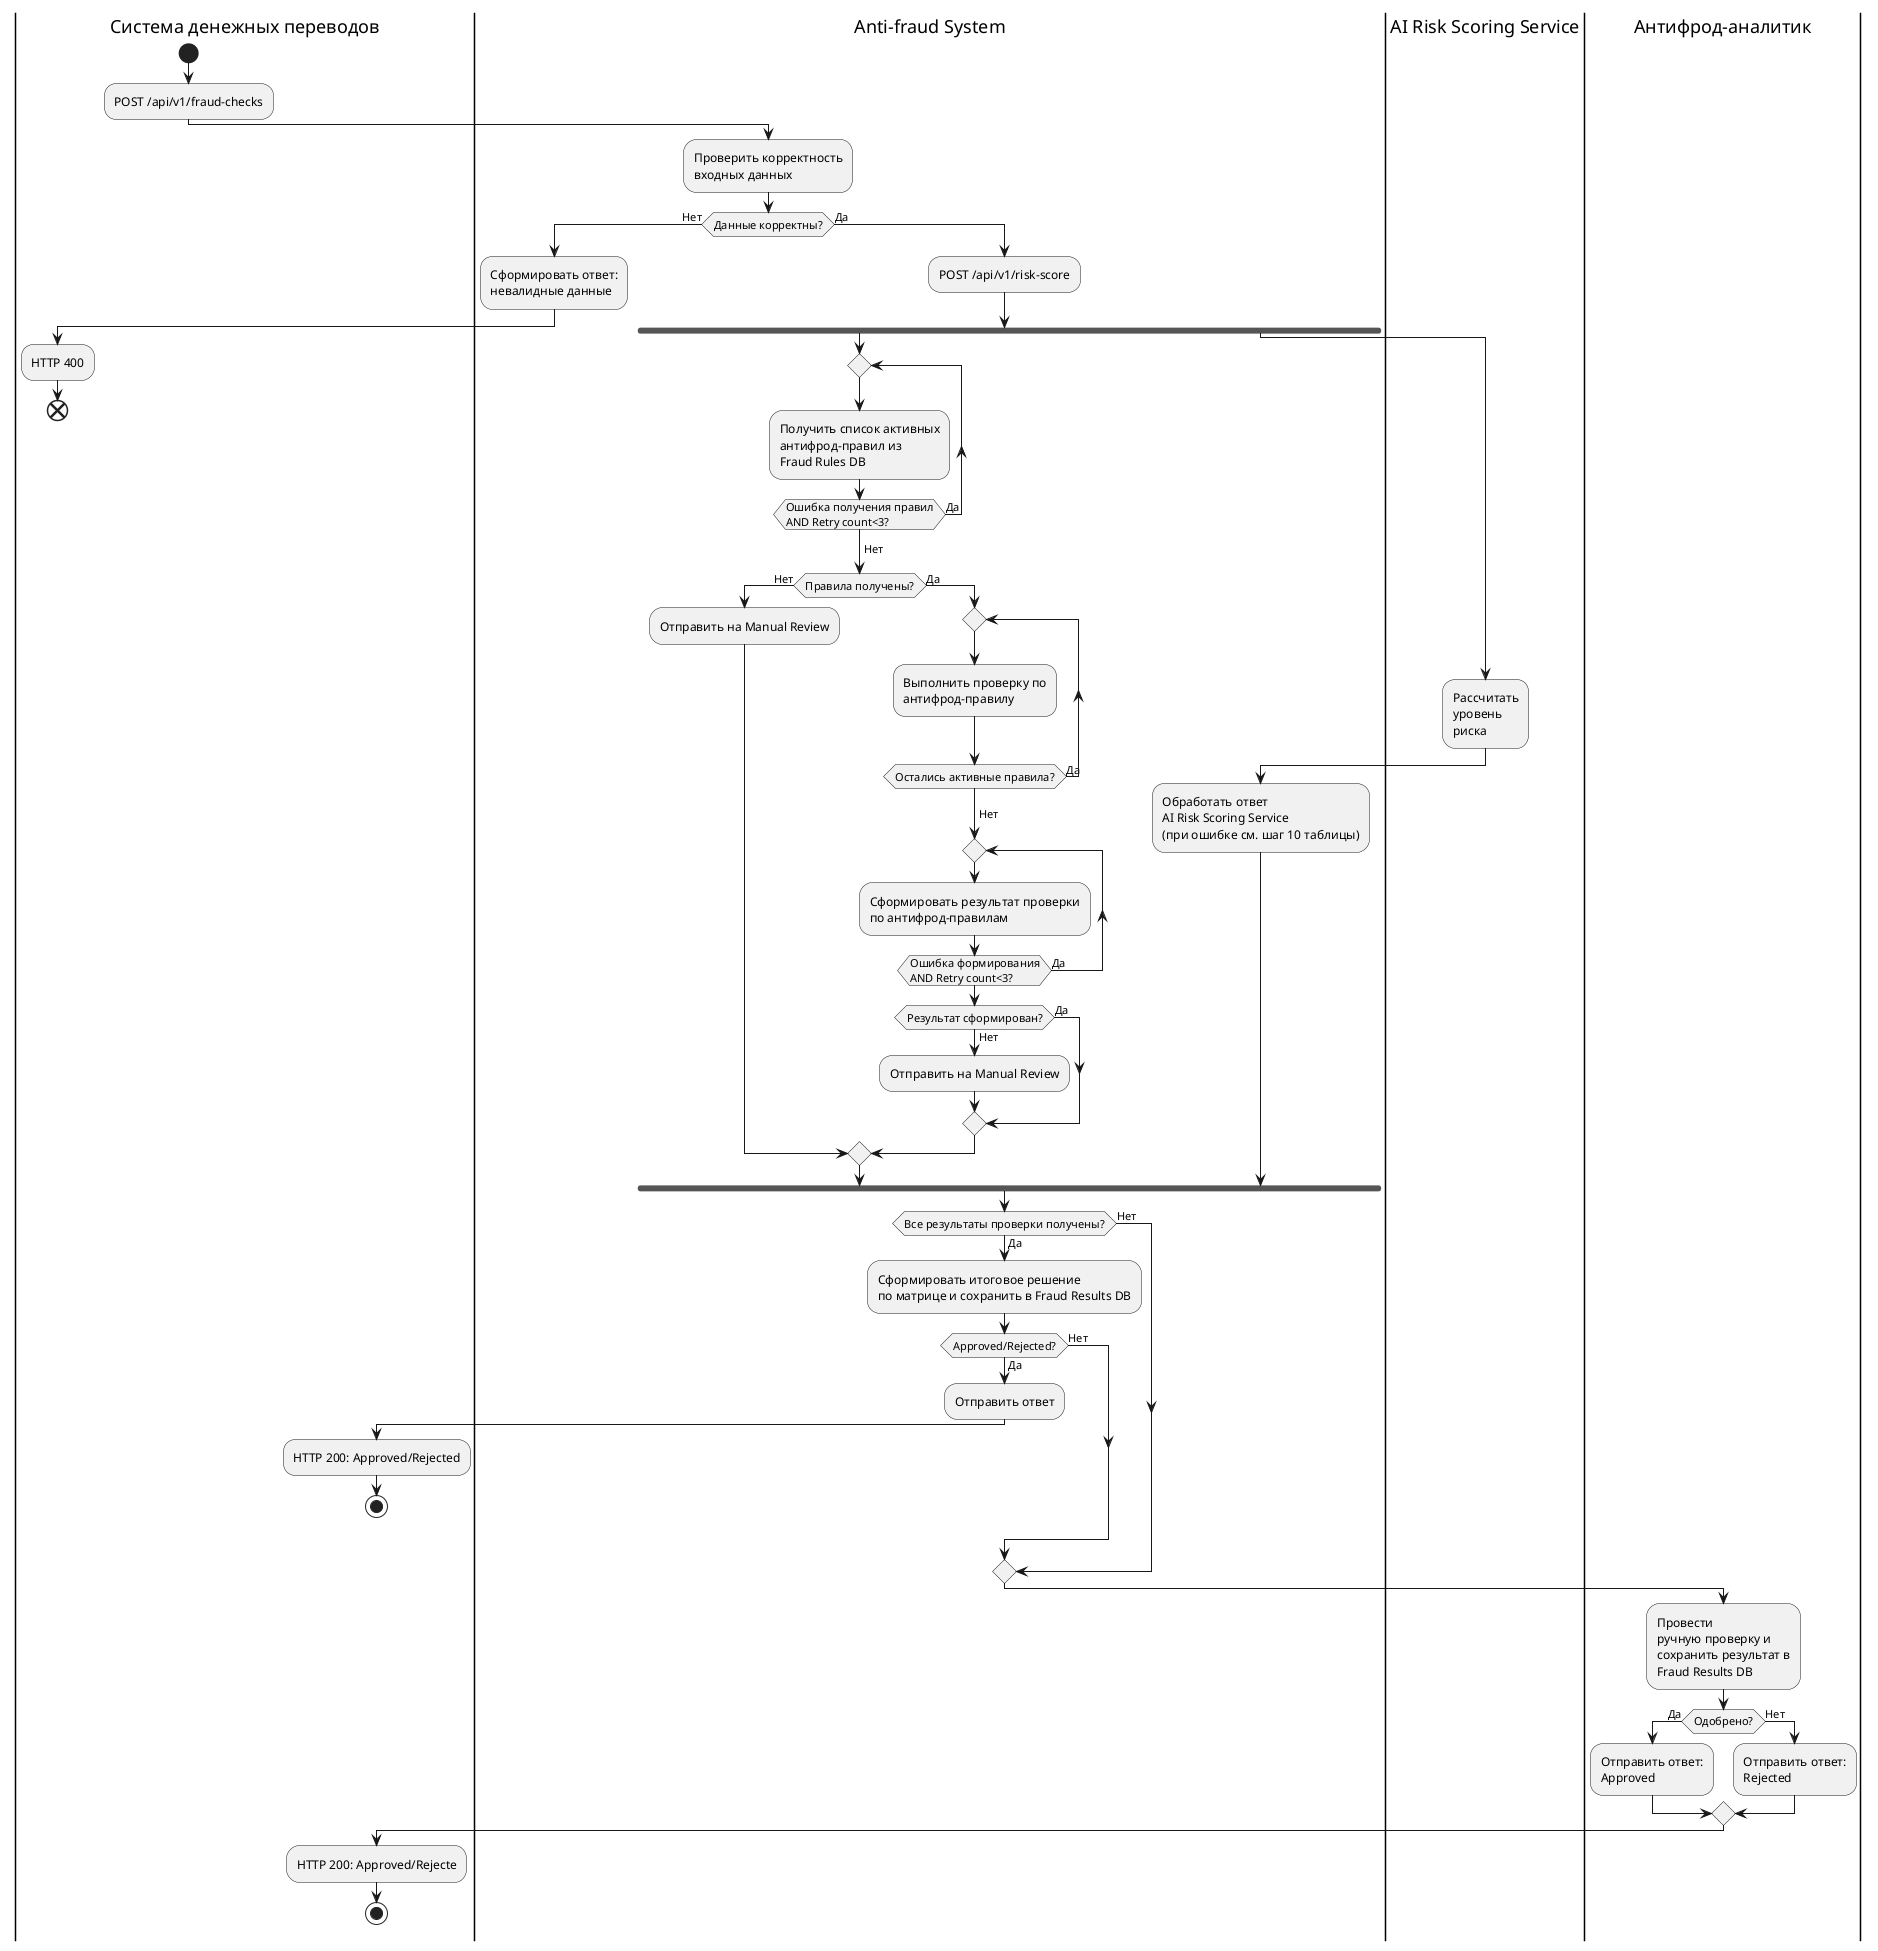
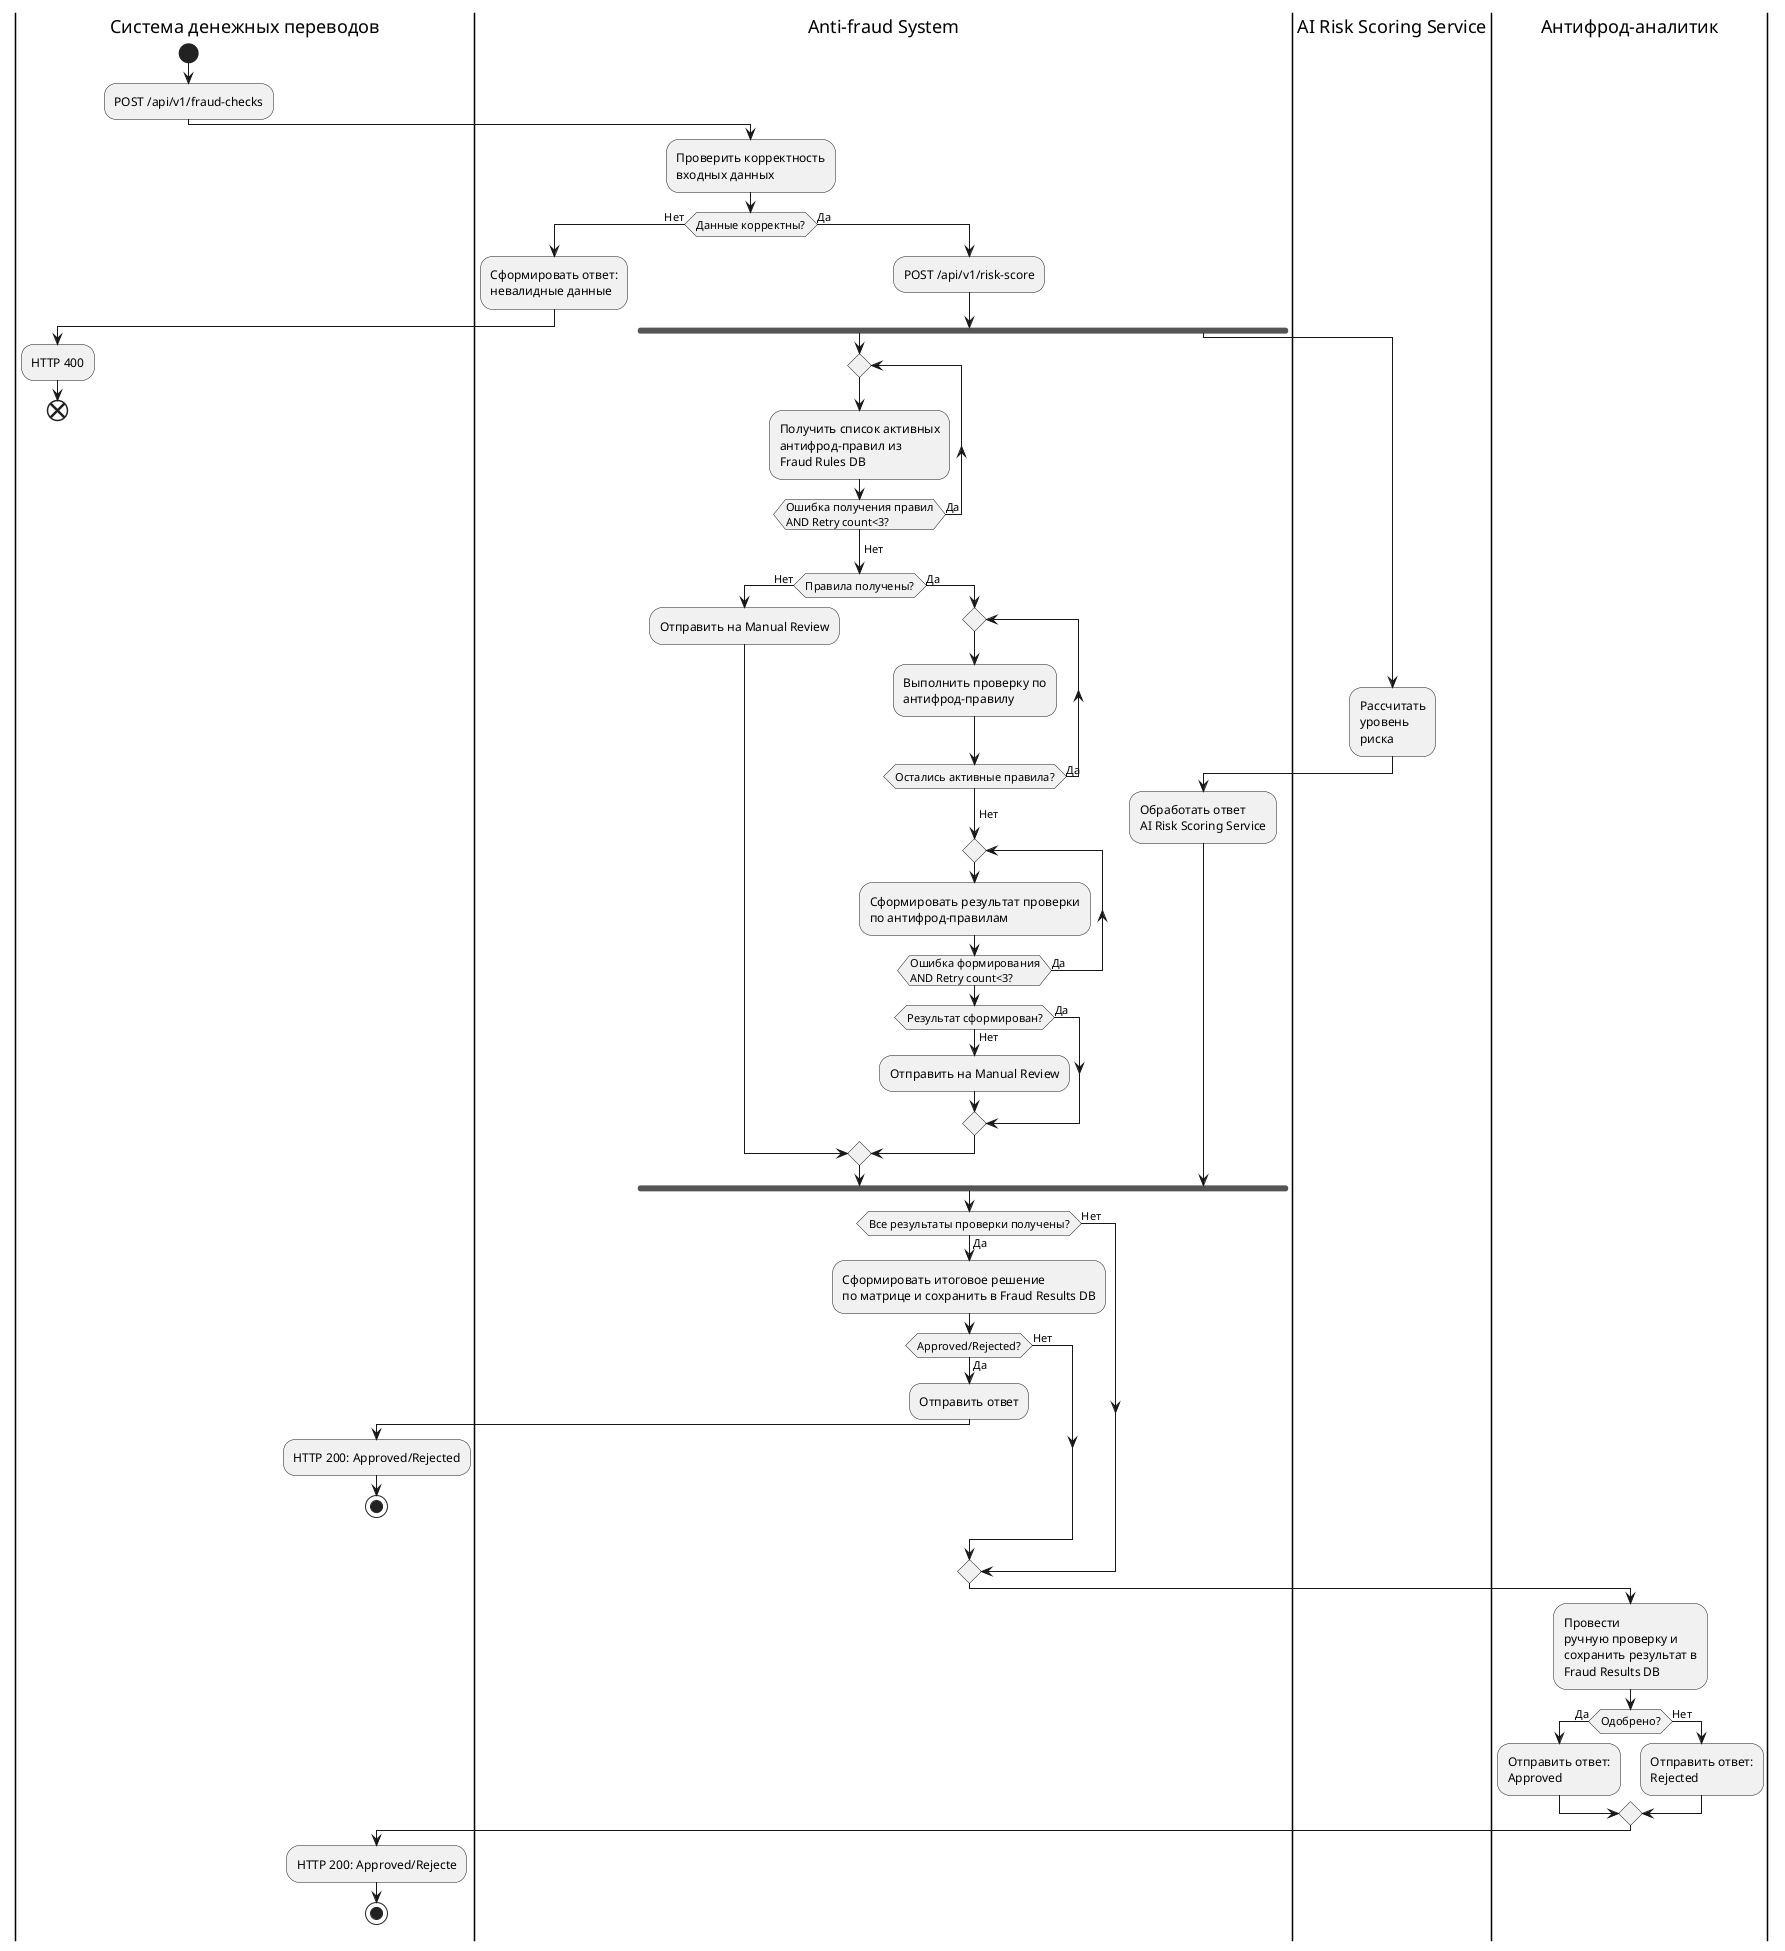
@startuml
|Система денежных переводов|
start
:POST /api/v1/fraud-checks;
|Anti-fraud System|
:Проверить корректность
входных данных;
if (Данные корректны?) then (Нет)
:Сформировать ответ:
невалидные данные;
|Система денежных переводов|
:HTTP 400;
end
|Anti-fraud System|
else (Да)
:POST /api/v1/risk-score;
fork
repeat
:Получить список активных
антифрод-правил из
Fraud Rules DB;
repeat while (Ошибка получения правил
AND Retry count<3?) is (Да)
->Нет;
if (Правила получены?) then (Нет)
:Отправить на Manual Review;
|Anti-fraud System|
else (Да)
repeat
:Выполнить проверку по
антифрод-правилу;
repeat while (Остались активные правила?) is (Да)
->Нет;
repeat
:Сформировать результат проверки
по антифрод-правилам;
repeat while (Ошибка формирования
AND Retry count<3?) is (Да)
if (Результат сформирован?) then (Нет)
:Отправить на Manual Review;
else (Да)
endif
endif
fork again
|AI Risk Scoring Service|
:Рассчитать
уровень
риска;
|Anti-fraud System|
:Обработать ответ
- AI Risk Scoring Service
- (при ошибке см. шаг 10 таблицы);
+ AI Risk Scoring Service;
end fork
|Anti-fraud System|
if (Все результаты проверки получены?) then (Да)
:Сформировать итоговое решение
по матрице и сохранить в Fraud Results DB;
if (Approved/Rejected?) then (Да)
:Отправить ответ;
|Система денежных переводов|
:HTTP 200: Approved/Rejected;
stop
else (Нет)
|Anti-fraud System|
endif
else (Нет)
endif
|Антифрод-аналитик|
:Провести
ручную проверку и
сохранить результат в
Fraud Results DB;
if (Одобрено?) then (Да)
:Отправить ответ:
Approved;
else (Нет)
:Отправить ответ:
Rejected;
endif
|Система денежных переводов|
:HTTP 200: Approved/Rejecte;
stop
endif
@enduml